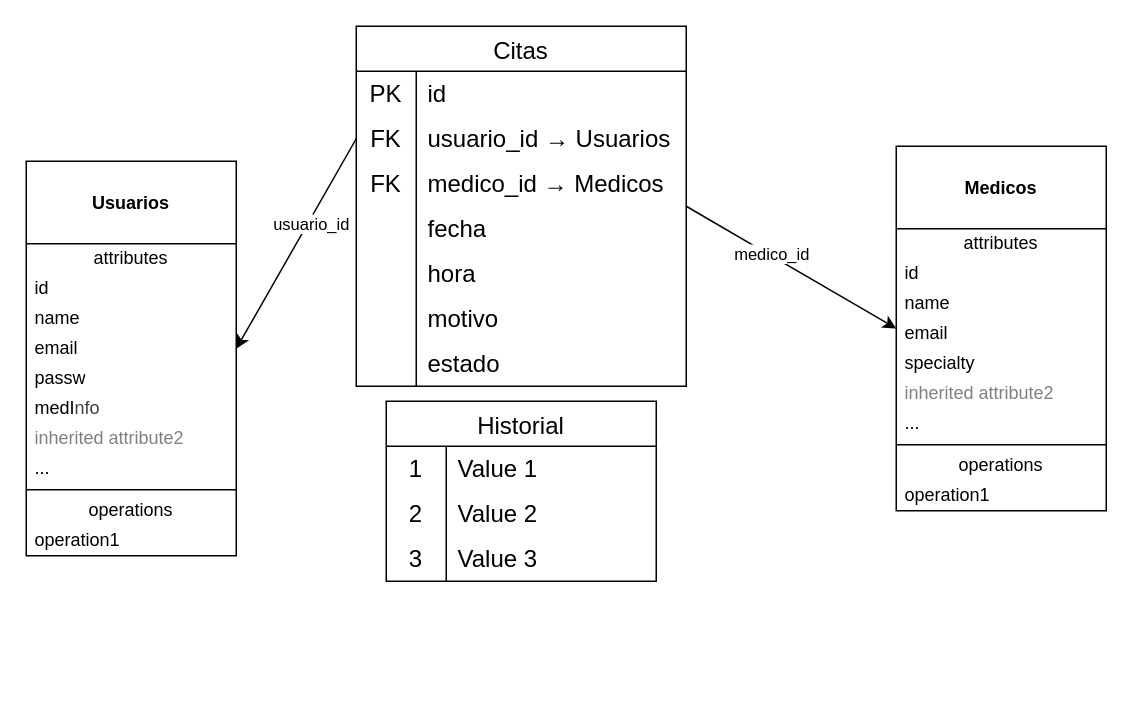
Before: med-manage.drawio in Esen-Q1-2026-Arquitectura-Software/py-med-management-app, a draw.io diagram. Source tidied: cells renumbered, new cells numbered last; positions are measured from the earlier drawing's top-left corner, leaving out a move shared by most shapes. Both pictures are drawn from the tidied source at 150%, with x=0, y=0 at pixel (26, 26).
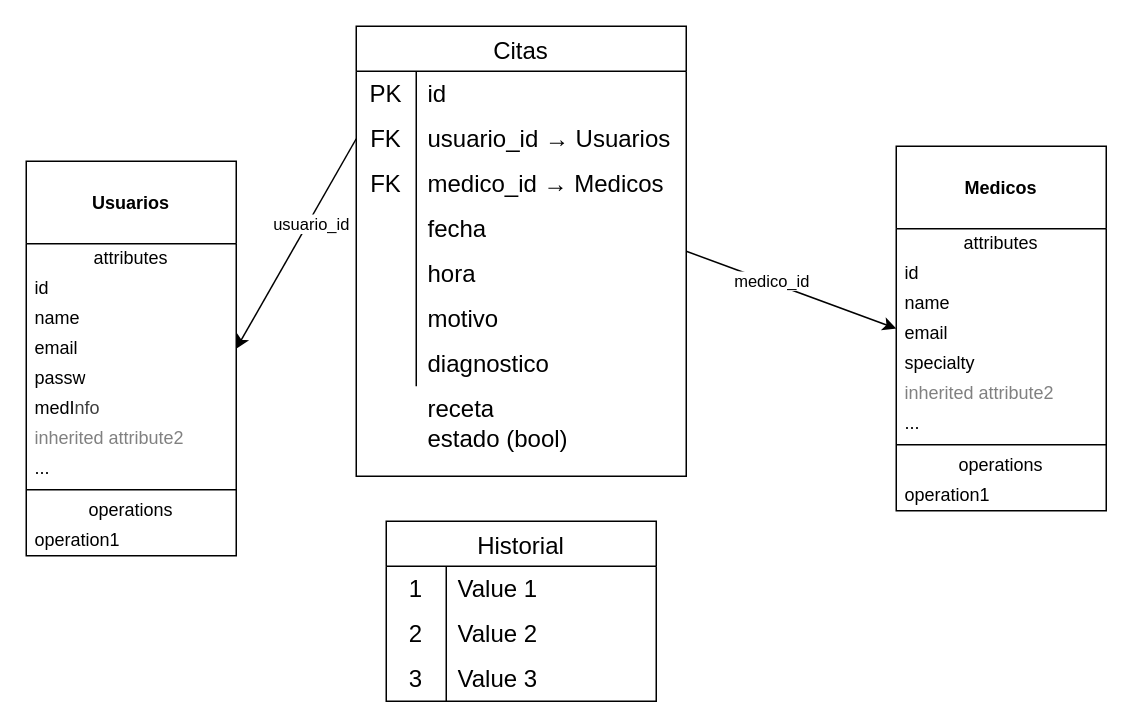
Above is the later version.

The change refers to these unchanged cells:
```xml
<mxCell id="31" style="shape=tableRow;horizontal=0;startSize=0;swimlaneHead=0;swimlaneBody=0;top=0;left=0;bottom=0;right=0;fillColor=none;strokeColor=inherit;fontSize=16;" parent="12" vertex="1">
  <mxGeometry y="210" width="220" height="30" as="geometry" />
</mxCell>
```

The edit, as a diff of the source:
```diff
@@
     <mxCell id="2" value="Historial" style="shape=table;startSize=30;childLayout=tableLayout;rowLines=0;fontStyle=0;strokeColor=default;fontSize=16;" parent="1" vertex="1">
-      <mxGeometry x="240" y="250" width="180" height="120" as="geometry" />
+      <mxGeometry x="240" y="330" width="180" height="120" as="geometry" />
     </mxCell>
@@
     <mxCell id="12" value="Citas" style="shape=table;startSize=30;childLayout=tableLayout;rowLines=0;fontStyle=0;strokeColor=default;fontSize=16;" parent="1" vertex="1">
-      <mxGeometry x="220" width="220" height="240" as="geometry" />
+      <mxGeometry x="220" width="220" height="300" as="geometry" />
     </mxCell>
@@
-    <mxCell id="33" value="estado" style="shape=partialRectangle;html=1;whiteSpace=wrap;fillColor=none;top=0;left=0;bottom=0;right=0;align=left;spacingLeft=6;overflow=hidden;strokeColor=inherit;fontSize=16;" parent="31" vertex="1">
+    <mxCell id="33" value="diagnostico" style="shape=partialRectangle;html=1;whiteSpace=wrap;fillColor=none;top=0;left=0;bottom=0;right=0;align=left;spacingLeft=6;overflow=hidden;strokeColor=inherit;fontSize=16;" parent="31" vertex="1">
       <mxGeometry x="40" width="180" height="30" as="geometry" />
     </mxCell>
@@
+    <mxCell id="61" value="receta" style="shape=partialRectangle;html=1;whiteSpace=wrap;fillColor=none;top=0;left=0;bottom=0;right=0;align=left;spacingLeft=6;overflow=hidden;strokeColor=inherit;fontSize=16;" parent="1" vertex="1">
+      <mxGeometry x="260" y="240" width="180" height="30" as="geometry" />
+    </mxCell>
+    <mxCell id="62" value="estado (bool)" style="shape=partialRectangle;html=1;whiteSpace=wrap;fillColor=none;top=0;left=0;bottom=0;right=0;align=left;spacingLeft=6;overflow=hidden;strokeColor=inherit;fontSize=16;" parent="1" vertex="1">
+      <mxGeometry x="260" y="260" width="180" height="30" as="geometry" />
+    </mxCell>
```
